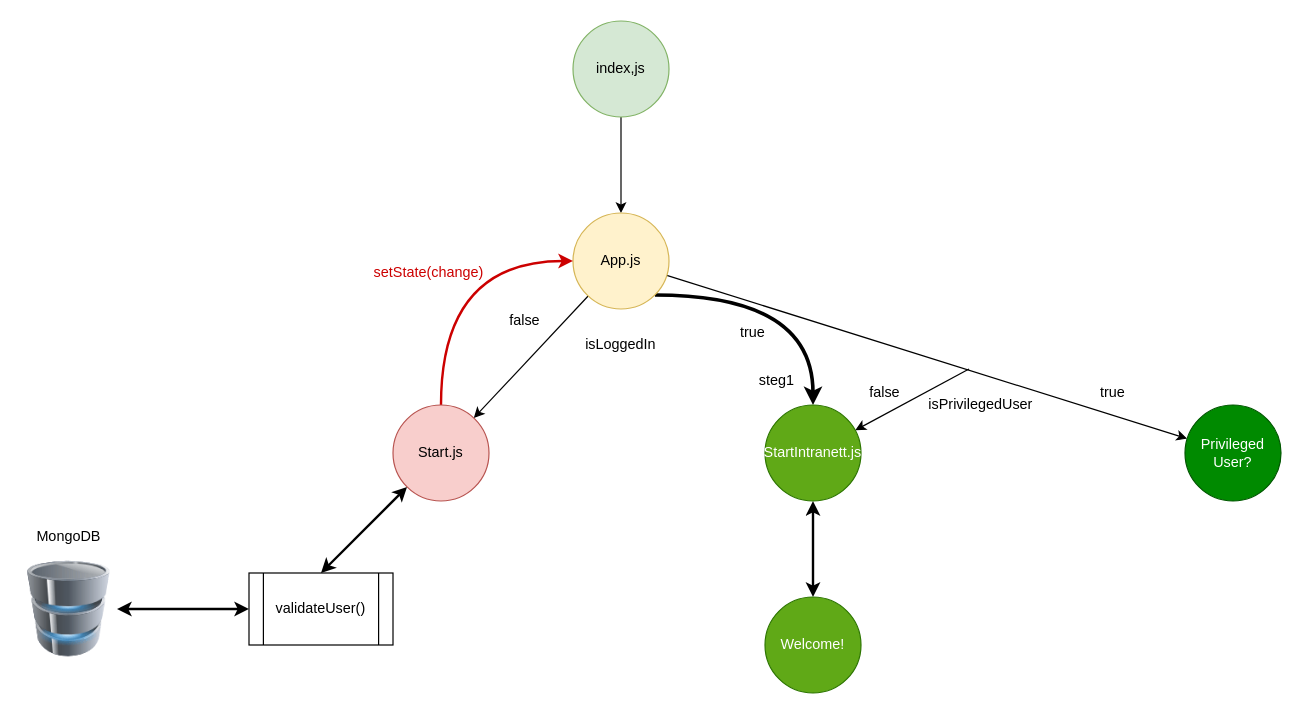
luciesaad/ReactProject_Intranet keeps this draw.io diagram as page "Page Structure" (2 of 6) of planning/ReactProjectIntranet.drawio. Above is the earlier version. Source tidied: cells renumbered, new cells numbered last; positions are measured from the earlier drawing's top-left corner, leaving out a move shared by most shapes. Both pictures are drawn from the tidied source at 120%, with x=0, y=0 at pixel (20, 20).
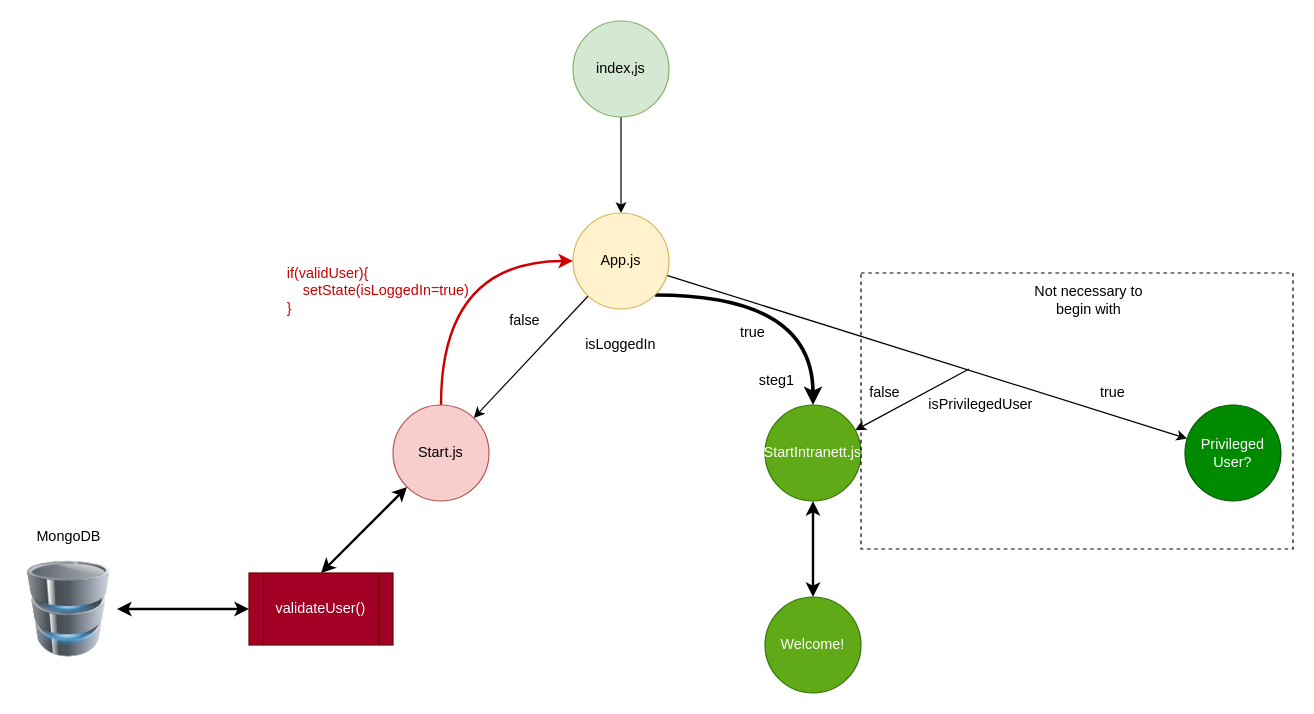
The same page after the edit.

What changed in the source:
```diff
@@
-    <mxCell id="22" value="setState(change)" style="text;html=1;strokeColor=none;fillColor=none;align=center;verticalAlign=middle;whiteSpace=wrap;rounded=0;fontColor=#CC0000;" parent="1" vertex="1">
-      <mxGeometry x="320" y="200" width="40" height="20" as="geometry" />
+    <mxCell id="22" value="if(validUser){&lt;br&gt;&amp;nbsp; &amp;nbsp; setState(isLoggedIn=true)&lt;br&gt;}" style="text;html=1;strokeColor=none;fillColor=none;align=left;verticalAlign=middle;whiteSpace=wrap;rounded=0;fontColor=#CC0000;" parent="1" vertex="1">
+      <mxGeometry x="220" y="200" width="170" height="50" as="geometry" />
     </mxCell>
-    <mxCell id="23" value="validateUser()" style="shape=process;whiteSpace=wrap;html=1;backgroundOutline=1;strokeColor=#000000;fontColor=#000000;" parent="1" vertex="1">
+    <mxCell id="23" value="validateUser()" style="shape=process;whiteSpace=wrap;html=1;backgroundOutline=1;strokeColor=#6F0000;fillColor=#a20025;fontColor=#ffffff;" parent="1" vertex="1">
       <mxGeometry x="190" y="460" width="120" height="60" as="geometry" />
     </mxCell>
@@
+    <mxCell id="28" style="rounded=0;whiteSpace=wrap;html=1;fillColor=none;comic=0;glass=0;dashed=1;" parent="1" vertex="1">
+      <mxGeometry x="700" y="210" width="360" height="230" as="geometry" />
+    </mxCell>
+    <mxCell id="29" value="Not necessary to begin with" style="text;html=1;strokeColor=none;fillColor=none;align=center;verticalAlign=middle;whiteSpace=wrap;rounded=0;glass=0;dashed=1;comic=0;" parent="1" vertex="1">
+      <mxGeometry x="830" y="215" width="120" height="35" as="geometry" />
+    </mxCell>
```
